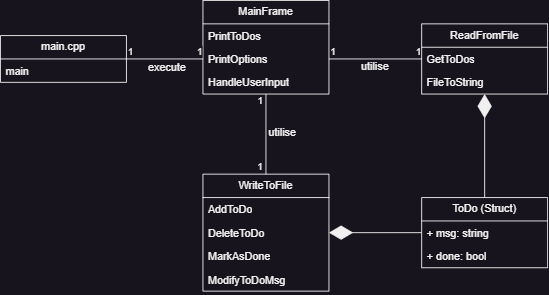
Earlier version of the draw.io export uml_diagrams/images/class_diagram.png (EvatsugDnalloR/ToDoListConsoleApplication). Source tidied: cells renumbered, new cells last; positions are measured from the earlier drawing's top-left corner, leaving out a move shared by most shapes.
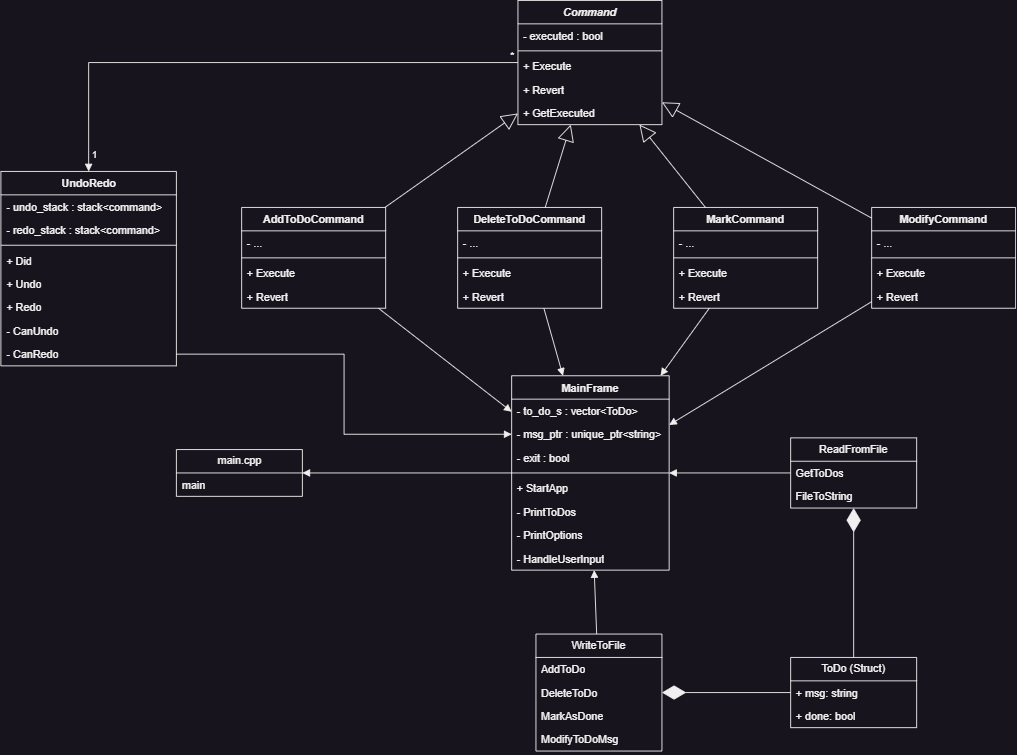
The same diagram one commit later.

Commit message:
updated uml diagram images shown in README.md

What changed in the source:
```diff
@@ -5,3 +5,3 @@
     <mxCell id="2" value="main.cpp" style="swimlane;fontStyle=0;horizontal=1;startSize=26;fillColor=none;whiteSpace=wrap;html=1;" parent="1" vertex="1">
-      <mxGeometry y="39" width="140" height="52" as="geometry" />
+      <mxGeometry x="132.5" y="245" width="140" height="52" as="geometry" />
     </mxCell>
@@ -11,3 +11,3 @@
     <mxCell id="4" value="ToDo (Struct)" style="swimlane;fontStyle=0;horizontal=1;startSize=26;fillColor=none;whiteSpace=wrap;html=1;" parent="1" vertex="1">
-      <mxGeometry x="468" y="219" width="140" height="78" as="geometry" />
+      <mxGeometry x="815" y="476" width="140" height="78" as="geometry" />
     </mxCell>
@@ -19,40 +19,4 @@
     </mxCell>
-    <mxCell id="7" value="MainFrame" style="swimlane;fontStyle=0;horizontal=1;startSize=26;fillColor=none;whiteSpace=wrap;html=1;" parent="1" vertex="1">
-      <mxGeometry x="225" width="140" height="104" as="geometry" />
-    </mxCell>
-    <mxCell id="8" value="PrintToDos" style="text;strokeColor=none;fillColor=none;align=left;verticalAlign=top;spacingLeft=4;spacingRight=4;overflow=hidden;whiteSpace=wrap;html=1;" parent="7" vertex="1">
-      <mxGeometry y="26" width="140" height="26" as="geometry" />
-    </mxCell>
-    <mxCell id="9" value="PrintOptions" style="text;strokeColor=none;fillColor=none;align=left;verticalAlign=top;spacingLeft=4;spacingRight=4;overflow=hidden;points=[[0,0.5],[1,0.5]];portConstraint=eastwest;whiteSpace=wrap;html=1;" parent="7" vertex="1">
-      <mxGeometry y="52" width="140" height="26" as="geometry" />
-    </mxCell>
-    <mxCell id="10" value="HandleUserInput" style="text;strokeColor=none;fillColor=none;align=left;verticalAlign=top;spacingLeft=4;spacingRight=4;overflow=hidden;whiteSpace=wrap;html=1;" parent="7" vertex="1">
-      <mxGeometry y="78" width="140" height="26" as="geometry" />
-    </mxCell>
-    <mxCell id="11" style="endArrow=none;html=1;edgeStyle=orthogonalEdgeStyle;rounded=0;entryX=0;entryY=0.5;entryDx=0;entryDy=0;exitX=1;exitY=0.5;exitDx=0;exitDy=0;" parent="1" edge="1" source="2" target="9">
-      <mxGeometry relative="1" as="geometry" />
-    </mxCell>
-    <mxCell id="12" value="1" style="edgeLabel;html=1;align=left;verticalAlign=bottom;" parent="11" vertex="1">
-      <mxGeometry x="-1" relative="1" as="geometry" />
-    </mxCell>
-    <mxCell id="13" value="1" style="edgeLabel;html=1;align=right;verticalAlign=bottom;" parent="11" vertex="1">
-      <mxGeometry x="1" relative="1" as="geometry" />
-    </mxCell>
-    <mxCell id="14" style="endArrow=none;html=1;edgeStyle=orthogonalEdgeStyle;rounded=0;entryX=0;entryY=0.5;entryDx=0;entryDy=0;exitX=1;exitY=0.5;exitDx=0;exitDy=0;" parent="1" edge="1" source="9" target="24">
-      <mxGeometry relative="1" as="geometry" />
-    </mxCell>
-    <mxCell id="15" value="1" style="edgeLabel;html=1;align=left;verticalAlign=bottom;" parent="14" vertex="1">
-      <mxGeometry x="-1" relative="1" as="geometry" />
-    </mxCell>
-    <mxCell id="16" value="1" style="edgeLabel;html=1;align=right;verticalAlign=bottom;" parent="14" vertex="1">
-      <mxGeometry x="1" relative="1" as="geometry" />
-    </mxCell>
-    <mxCell id="17" value="execute" style="text;html=1;align=center;verticalAlign=middle;strokeColor=none;fillColor=none;" parent="1" vertex="1">
-      <mxGeometry x="150" y="60" width="70" height="30" as="geometry" />
-    </mxCell>
-    <mxCell id="18" value="utilise" style="text;html=1;align=center;verticalAlign=middle;strokeColor=none;fillColor=none;" parent="1" vertex="1">
-      <mxGeometry x="391" y="59" width="50" height="30" as="geometry" />
-    </mxCell>
     <mxCell id="19" value="WriteToFile" style="swimlane;fontStyle=0;horizontal=1;startSize=26;fillColor=none;whiteSpace=wrap;html=1;" parent="1" vertex="1">
-      <mxGeometry x="225" y="193" width="140" height="130" as="geometry" />
+      <mxGeometry x="532" y="450" width="140" height="130" as="geometry" />
     </mxCell>
@@ -71,3 +35,3 @@
     <mxCell id="24" value="ReadFromFile" style="swimlane;fontStyle=0;horizontal=1;startSize=26;fillColor=none;whiteSpace=wrap;html=1;" parent="1" vertex="1">
-      <mxGeometry x="468" y="26" width="140" height="78" as="geometry" />
+      <mxGeometry x="815" y="232" width="140" height="78" as="geometry" />
     </mxCell>
@@ -79,18 +43,2 @@
     </mxCell>
-    <mxCell id="27" style="endArrow=none;html=1;edgeStyle=orthogonalEdgeStyle;rounded=0;entryX=0.5;entryY=0;entryDx=0;entryDy=0;" parent="1" edge="1" source="7" target="19">
-      <mxGeometry relative="1" as="geometry" />
-    </mxCell>
-    <mxCell id="28" value="1" style="edgeLabel;html=1;align=left;verticalAlign=bottom;" parent="27" vertex="1">
-      <mxGeometry x="-1" relative="1" as="geometry">
-        <mxPoint x="-11" y="16" as="offset" />
-      </mxGeometry>
-    </mxCell>
-    <mxCell id="29" value="1" style="edgeLabel;html=1;align=right;verticalAlign=bottom;" parent="27" vertex="1">
-      <mxGeometry x="1" relative="1" as="geometry">
-        <mxPoint x="-3" as="offset" />
-      </mxGeometry>
-    </mxCell>
-    <mxCell id="30" value="utilise" style="text;html=1;align=center;verticalAlign=middle;strokeColor=none;fillColor=none;" parent="1" vertex="1">
-      <mxGeometry x="288" y="132" width="50" height="30" as="geometry" />
-    </mxCell>
     <mxCell id="31" style="endArrow=diamondThin;endFill=1;endSize=24;html=1;rounded=0;exitX=0.5;exitY=0;exitDx=0;exitDy=0;" parent="1" edge="1" source="4" target="24">
@@ -101,2 +49,181 @@
     </mxCell>
+    <mxCell id="33" value="UndoRedo" style="swimlane;fontStyle=1;align=center;verticalAlign=top;horizontal=1;startSize=26;whiteSpace=wrap;html=1;" parent="1" vertex="1">
+      <mxGeometry x="-62.5" y="-64" width="195" height="216" as="geometry" />
+    </mxCell>
+    <mxCell id="34" value="- undo_stack : stack&amp;lt;command&amp;gt;" style="text;strokeColor=none;fillColor=none;align=left;verticalAlign=top;spacingLeft=4;spacingRight=4;overflow=hidden;whiteSpace=wrap;html=1;" parent="33" vertex="1">
+      <mxGeometry y="26" width="195" height="26" as="geometry" />
+    </mxCell>
+    <mxCell id="35" value="- redo_stack : stack&amp;lt;command&amp;gt;" style="text;strokeColor=none;fillColor=none;align=left;verticalAlign=top;spacingLeft=4;spacingRight=4;overflow=hidden;whiteSpace=wrap;html=1;" parent="33" vertex="1">
+      <mxGeometry y="52" width="195" height="26" as="geometry" />
+    </mxCell>
+    <mxCell id="36" style="line;strokeWidth=1;fillColor=none;align=left;verticalAlign=middle;spacingTop=-1;spacingLeft=3;spacingRight=3;labelPosition=right;strokeColor=inherit;" parent="33" vertex="1">
+      <mxGeometry y="78" width="195" height="8" as="geometry" />
+    </mxCell>
+    <mxCell id="37" value="+ Did" style="text;strokeColor=none;fillColor=none;align=left;verticalAlign=top;spacingLeft=4;spacingRight=4;overflow=hidden;whiteSpace=wrap;html=1;" parent="33" vertex="1">
+      <mxGeometry y="86" width="195" height="26" as="geometry" />
+    </mxCell>
+    <mxCell id="38" value="+ Undo&lt;span style=&quot;color: rgba(0, 0, 0, 0); font-family: monospace; font-size: 0px; text-wrap: nowrap;&quot;&gt;%3CmxGraphModel%3E%3Croot%3E%3CmxCell%20id%3D%220%22%2F%3E%3CmxCell%20id%3D%221%22%20parent%3D%220%22%2F%3E%3CmxCell%20id%3D%222%22%20value%3D%22%2B%20Did%22%20style%3D%22text%3BstrokeColor%3Dnone%3BfillColor%3Dnone%3Balign%3Dleft%3BverticalAlign%3Dtop%3BspacingLeft%3D4%3BspacingRight%3D4%3Boverflow%3Dhidden%3Brotatable%3D0%3Bpoints%3D%5B%5B0%2C0.5%5D%2C%5B1%2C0.5%5D%5D%3BportConstraint%3Deastwest%3BwhiteSpace%3Dwrap%3Bhtml%3D1%3B%22%20vertex%3D%221%22%20parent%3D%221%22%3E%3CmxGeometry%20x%3D%22455%22%20y%3D%22226%22%20width%3D%22195%22%20height%3D%2226%22%20as%3D%22geometry%22%2F%3E%3C%2FmxCell%3E%3C%2Froot%3E%3C%2FmxGraphModel%3E&lt;/span&gt;" style="text;strokeColor=none;fillColor=none;align=left;verticalAlign=top;spacingLeft=4;spacingRight=4;overflow=hidden;whiteSpace=wrap;html=1;" parent="33" vertex="1">
+      <mxGeometry y="112" width="195" height="26" as="geometry" />
+    </mxCell>
+    <mxCell id="39" value="+ Redo" style="text;strokeColor=none;fillColor=none;align=left;verticalAlign=top;spacingLeft=4;spacingRight=4;overflow=hidden;whiteSpace=wrap;html=1;" parent="33" vertex="1">
+      <mxGeometry y="138" width="195" height="26" as="geometry" />
+    </mxCell>
+    <mxCell id="40" value="- CanUndo&lt;span style=&quot;color: rgba(0, 0, 0, 0); font-family: monospace; font-size: 0px; text-wrap: nowrap;&quot;&gt;%3CmxGraphModel%3E%3Croot%3E%3CmxCell%20id%3D%220%22%2F%3E%3CmxCell%20id%3D%221%22%20parent%3D%220%22%2F%3E%3CmxCell%20id%3D%222%22%20value%3D%22%2B%20Redo%22%20style%3D%22text%3BstrokeColor%3Dnone%3BfillColor%3Dnone%3Balign%3Dleft%3BverticalAlign%3Dtop%3BspacingLeft%3D4%3BspacingRight%3D4%3Boverflow%3Dhidden%3Brotatable%3D0%3Bpoints%3D%5B%5B0%2C0.5%5D%2C%5B1%2C0.5%5D%5D%3BportConstraint%3Deastwest%3BwhiteSpace%3Dwrap%3Bhtml%3D1%3B%22%20vertex%3D%221%22%20parent%3D%221%22%3E%3CmxGeometry%20x%3D%22470%22%20y%3D%22228%22%20width%3D%22195%22%20height%3D%2226%22%20as%3D%22geometry%22%2F%3E%3C%2FmxCell%3E%3C%2Froot%3E%3C%2FmxGraphModel%3E&lt;/span&gt;" style="text;strokeColor=none;fillColor=none;align=left;verticalAlign=top;spacingLeft=4;spacingRight=4;overflow=hidden;whiteSpace=wrap;html=1;" parent="33" vertex="1">
+      <mxGeometry y="164" width="195" height="26" as="geometry" />
+    </mxCell>
+    <mxCell id="41" value="- CanRedo" style="text;strokeColor=none;fillColor=none;align=left;verticalAlign=top;spacingLeft=4;spacingRight=4;overflow=hidden;points=[[0,0.5],[1,0.5]];portConstraint=eastwest;whiteSpace=wrap;html=1;" parent="33" vertex="1">
+      <mxGeometry y="190" width="195" height="26" as="geometry" />
+    </mxCell>
+    <mxCell id="7" value="MainFrame" style="swimlane;fontStyle=1;align=center;verticalAlign=top;horizontal=1;startSize=26;whiteSpace=wrap;html=1;" parent="1" vertex="1">
+      <mxGeometry x="505" y="163" width="175" height="216" as="geometry" />
+    </mxCell>
+    <mxCell id="42" value="- to_do_s : vector&amp;lt;ToDo&amp;gt;" style="text;strokeColor=none;fillColor=none;align=left;verticalAlign=top;spacingLeft=4;spacingRight=4;overflow=hidden;whiteSpace=wrap;html=1;" parent="7" vertex="1">
+      <mxGeometry y="26" width="175" height="26" as="geometry" />
+    </mxCell>
+    <mxCell id="43" value="- msg_ptr : unique_ptr&amp;lt;string&amp;gt;" style="text;strokeColor=none;fillColor=none;align=left;verticalAlign=top;spacingLeft=4;spacingRight=4;overflow=hidden;points=[[0,0.5],[1,0.5]];portConstraint=eastwest;whiteSpace=wrap;html=1;" parent="7" vertex="1">
+      <mxGeometry y="52" width="175" height="26" as="geometry" />
+    </mxCell>
+    <mxCell id="44" value="- exit : bool&lt;span style=&quot;color: rgba(0, 0, 0, 0); font-family: monospace; font-size: 0px; text-wrap: nowrap;&quot;&gt;%3CmxGraphModel%3E%3Croot%3E%3CmxCell%20id%3D%220%22%2F%3E%3CmxCell%20id%3D%221%22%20parent%3D%220%22%2F%3E%3CmxCell%20id%3D%222%22%20value%3D%22-%20to_do_s%20%3A%20vector%26amp%3Blt%3BToDo%26amp%3Bgt%3B%22%20style%3D%22text%3BstrokeColor%3Dnone%3BfillColor%3Dnone%3Balign%3Dleft%3BverticalAlign%3Dtop%3BspacingLeft%3D4%3BspacingRight%3D4%3Boverflow%3Dhidden%3Brotatable%3D0%3Bpoints%3D%5B%5B0%2C0.5%5D%2C%5B1%2C0.5%5D%5D%3BportConstraint%3Deastwest%3BwhiteSpace%3Dwrap%3Bhtml%3D1%3B%22%20vertex%3D%221%22%20parent%3D%221%22%3E%3CmxGeometry%20x%3D%22235%22%20y%3D%22486%22%20width%3D%22160%22%20height%3D%2226%22%20as%3D%22geometry%22%2F%3E%3C%2FmxCell%3E%3C%2Froot%3E%3C%2FmxGraphModel%3E&lt;/span&gt;" style="text;strokeColor=none;fillColor=none;align=left;verticalAlign=top;spacingLeft=4;spacingRight=4;overflow=hidden;whiteSpace=wrap;html=1;" parent="7" vertex="1">
+      <mxGeometry y="78" width="175" height="26" as="geometry" />
+    </mxCell>
+    <mxCell id="45" style="line;strokeWidth=1;fillColor=none;align=left;verticalAlign=middle;spacingTop=-1;spacingLeft=3;spacingRight=3;labelPosition=right;strokeColor=inherit;" parent="7" vertex="1">
+      <mxGeometry y="104" width="175" height="8" as="geometry" />
+    </mxCell>
+    <mxCell id="46" value="+ StartApp" style="text;strokeColor=none;fillColor=none;align=left;verticalAlign=top;spacingLeft=4;spacingRight=4;overflow=hidden;whiteSpace=wrap;html=1;" parent="7" vertex="1">
+      <mxGeometry y="112" width="175" height="26" as="geometry" />
+    </mxCell>
+    <mxCell id="47" value="- PrintToDos" style="text;strokeColor=none;fillColor=none;align=left;verticalAlign=top;spacingLeft=4;spacingRight=4;overflow=hidden;whiteSpace=wrap;html=1;" parent="7" vertex="1">
+      <mxGeometry y="138" width="175" height="26" as="geometry" />
+    </mxCell>
+    <mxCell id="48" value="- PrintOptions" style="text;strokeColor=none;fillColor=none;align=left;verticalAlign=top;spacingLeft=4;spacingRight=4;overflow=hidden;whiteSpace=wrap;html=1;" parent="7" vertex="1">
+      <mxGeometry y="164" width="175" height="26" as="geometry" />
+    </mxCell>
+    <mxCell id="49" value="- HandleUserInput" style="text;strokeColor=none;fillColor=none;align=left;verticalAlign=top;spacingLeft=4;spacingRight=4;overflow=hidden;whiteSpace=wrap;html=1;" parent="7" vertex="1">
+      <mxGeometry y="190" width="175" height="26" as="geometry" />
+    </mxCell>
+    <mxCell id="50" value="&lt;i&gt;Command&lt;/i&gt;" style="swimlane;fontStyle=1;align=center;verticalAlign=top;horizontal=1;startSize=26;whiteSpace=wrap;html=1;" parent="1" vertex="1">
+      <mxGeometry x="512" y="-254" width="160" height="138" as="geometry" />
+    </mxCell>
+    <mxCell id="51" value="- executed : bool" style="text;strokeColor=none;fillColor=none;align=left;verticalAlign=top;spacingLeft=4;spacingRight=4;overflow=hidden;whiteSpace=wrap;html=1;" parent="50" vertex="1">
+      <mxGeometry y="26" width="160" height="26" as="geometry" />
+    </mxCell>
+    <mxCell id="52" style="line;strokeWidth=1;fillColor=none;align=left;verticalAlign=middle;spacingTop=-1;spacingLeft=3;spacingRight=3;labelPosition=right;strokeColor=inherit;" parent="50" vertex="1">
+      <mxGeometry y="52" width="160" height="8" as="geometry" />
+    </mxCell>
+    <mxCell id="53" value="+ Execute" style="text;strokeColor=none;fillColor=none;align=left;verticalAlign=top;spacingLeft=4;spacingRight=4;overflow=hidden;whiteSpace=wrap;html=1;" parent="50" vertex="1">
+      <mxGeometry y="60" width="160" height="26" as="geometry" />
+    </mxCell>
+    <mxCell id="54" value="+ Revert" style="text;strokeColor=none;fillColor=none;align=left;verticalAlign=top;spacingLeft=4;spacingRight=4;overflow=hidden;whiteSpace=wrap;html=1;" parent="50" vertex="1">
+      <mxGeometry y="86" width="160" height="26" as="geometry" />
+    </mxCell>
+    <mxCell id="55" value="+ GetExecuted" style="text;strokeColor=none;fillColor=none;align=left;verticalAlign=top;spacingLeft=4;spacingRight=4;overflow=hidden;whiteSpace=wrap;html=1;" parent="50" vertex="1">
+      <mxGeometry y="112" width="160" height="26" as="geometry" />
+    </mxCell>
+    <mxCell id="56" value="AddToDoCommand" style="swimlane;fontStyle=1;align=center;verticalAlign=top;horizontal=1;startSize=26;whiteSpace=wrap;html=1;" parent="1" vertex="1">
+      <mxGeometry x="205" y="-24" width="160" height="112" as="geometry" />
+    </mxCell>
+    <mxCell id="57" value="- ..." style="text;strokeColor=none;fillColor=none;align=left;verticalAlign=top;spacingLeft=4;spacingRight=4;overflow=hidden;whiteSpace=wrap;html=1;" parent="56" vertex="1">
+      <mxGeometry y="26" width="160" height="26" as="geometry" />
+    </mxCell>
+    <mxCell id="58" style="line;strokeWidth=1;fillColor=none;align=left;verticalAlign=middle;spacingTop=-1;spacingLeft=3;spacingRight=3;labelPosition=right;strokeColor=inherit;" parent="56" vertex="1">
+      <mxGeometry y="52" width="160" height="8" as="geometry" />
+    </mxCell>
+    <mxCell id="59" value="+ Execute" style="text;strokeColor=none;fillColor=none;align=left;verticalAlign=top;spacingLeft=4;spacingRight=4;overflow=hidden;whiteSpace=wrap;html=1;" parent="56" vertex="1">
+      <mxGeometry y="60" width="160" height="26" as="geometry" />
+    </mxCell>
+    <mxCell id="60" value="+ Revert" style="text;strokeColor=none;fillColor=none;align=left;verticalAlign=top;spacingLeft=4;spacingRight=4;overflow=hidden;whiteSpace=wrap;html=1;" parent="56" vertex="1">
+      <mxGeometry y="86" width="160" height="26" as="geometry" />
+    </mxCell>
+    <mxCell id="61" value="DeleteToDoCommand" style="swimlane;fontStyle=1;align=center;verticalAlign=top;horizontal=1;startSize=26;whiteSpace=wrap;html=1;" parent="1" vertex="1">
+      <mxGeometry x="445" y="-24" width="160" height="112" as="geometry" />
+    </mxCell>
+    <mxCell id="62" value="- ..." style="text;strokeColor=none;fillColor=none;align=left;verticalAlign=top;spacingLeft=4;spacingRight=4;overflow=hidden;whiteSpace=wrap;html=1;" parent="61" vertex="1">
+      <mxGeometry y="26" width="160" height="26" as="geometry" />
+    </mxCell>
+    <mxCell id="63" style="line;strokeWidth=1;fillColor=none;align=left;verticalAlign=middle;spacingTop=-1;spacingLeft=3;spacingRight=3;labelPosition=right;strokeColor=inherit;" parent="61" vertex="1">
+      <mxGeometry y="52" width="160" height="8" as="geometry" />
+    </mxCell>
+    <mxCell id="64" value="+ Execute" style="text;strokeColor=none;fillColor=none;align=left;verticalAlign=top;spacingLeft=4;spacingRight=4;overflow=hidden;whiteSpace=wrap;html=1;" parent="61" vertex="1">
+      <mxGeometry y="60" width="160" height="26" as="geometry" />
+    </mxCell>
+    <mxCell id="65" value="+ Revert" style="text;strokeColor=none;fillColor=none;align=left;verticalAlign=top;spacingLeft=4;spacingRight=4;overflow=hidden;whiteSpace=wrap;html=1;" parent="61" vertex="1">
+      <mxGeometry y="86" width="160" height="26" as="geometry" />
+    </mxCell>
+    <mxCell id="66" value="MarkCommand" style="swimlane;fontStyle=1;align=center;verticalAlign=top;horizontal=1;startSize=26;whiteSpace=wrap;html=1;" parent="1" vertex="1">
+      <mxGeometry x="685" y="-24" width="160" height="112" as="geometry" />
+    </mxCell>
+    <mxCell id="67" value="- ..." style="text;strokeColor=none;fillColor=none;align=left;verticalAlign=top;spacingLeft=4;spacingRight=4;overflow=hidden;whiteSpace=wrap;html=1;" parent="66" vertex="1">
+      <mxGeometry y="26" width="160" height="26" as="geometry" />
+    </mxCell>
+    <mxCell id="68" style="line;strokeWidth=1;fillColor=none;align=left;verticalAlign=middle;spacingTop=-1;spacingLeft=3;spacingRight=3;labelPosition=right;strokeColor=inherit;" parent="66" vertex="1">
+      <mxGeometry y="52" width="160" height="8" as="geometry" />
+    </mxCell>
+    <mxCell id="69" value="+ Execute" style="text;strokeColor=none;fillColor=none;align=left;verticalAlign=top;spacingLeft=4;spacingRight=4;overflow=hidden;whiteSpace=wrap;html=1;" parent="66" vertex="1">
+      <mxGeometry y="60" width="160" height="26" as="geometry" />
+    </mxCell>
+    <mxCell id="70" value="+ Revert" style="text;strokeColor=none;fillColor=none;align=left;verticalAlign=top;spacingLeft=4;spacingRight=4;overflow=hidden;whiteSpace=wrap;html=1;" parent="66" vertex="1">
+      <mxGeometry y="86" width="160" height="26" as="geometry" />
+    </mxCell>
+    <mxCell id="71" value="ModifyCommand" style="swimlane;fontStyle=1;align=center;verticalAlign=top;horizontal=1;startSize=26;whiteSpace=wrap;html=1;" parent="1" vertex="1">
+      <mxGeometry x="905" y="-24" width="160" height="112" as="geometry" />
+    </mxCell>
+    <mxCell id="72" value="- ..." style="text;strokeColor=none;fillColor=none;align=left;verticalAlign=top;spacingLeft=4;spacingRight=4;overflow=hidden;whiteSpace=wrap;html=1;" parent="71" vertex="1">
+      <mxGeometry y="26" width="160" height="26" as="geometry" />
+    </mxCell>
+    <mxCell id="73" style="line;strokeWidth=1;fillColor=none;align=left;verticalAlign=middle;spacingTop=-1;spacingLeft=3;spacingRight=3;labelPosition=right;strokeColor=inherit;" parent="71" vertex="1">
+      <mxGeometry y="52" width="160" height="8" as="geometry" />
+    </mxCell>
+    <mxCell id="74" value="+ Execute" style="text;strokeColor=none;fillColor=none;align=left;verticalAlign=top;spacingLeft=4;spacingRight=4;overflow=hidden;whiteSpace=wrap;html=1;" parent="71" vertex="1">
+      <mxGeometry y="60" width="160" height="26" as="geometry" />
+    </mxCell>
+    <mxCell id="75" value="+ Revert" style="text;strokeColor=none;fillColor=none;align=left;verticalAlign=top;spacingLeft=4;spacingRight=4;overflow=hidden;whiteSpace=wrap;html=1;" parent="71" vertex="1">
+      <mxGeometry y="86" width="160" height="26" as="geometry" />
+    </mxCell>
+    <mxCell id="76" style="endArrow=block;endSize=16;endFill=0;html=1;rounded=0;" parent="1" edge="1" source="56" target="50">
+      <mxGeometry relative="1" as="geometry" />
+    </mxCell>
+    <mxCell id="77" style="endArrow=block;endSize=16;endFill=0;html=1;rounded=0;" parent="1" edge="1" source="61" target="50">
+      <mxGeometry relative="1" as="geometry" />
+    </mxCell>
+    <mxCell id="78" style="endArrow=block;endSize=16;endFill=0;html=1;rounded=0;" parent="1" edge="1" source="66" target="50">
+      <mxGeometry relative="1" as="geometry" />
+    </mxCell>
+    <mxCell id="79" style="endArrow=block;endSize=16;endFill=0;html=1;rounded=0;" parent="1" edge="1" source="71" target="50">
+      <mxGeometry relative="1" as="geometry" />
+    </mxCell>
+    <mxCell id="80" style="endArrow=block;endFill=1;html=1;edgeStyle=orthogonalEdgeStyle;align=left;verticalAlign=top;rounded=0;" parent="1" edge="1" source="50" target="33">
+      <mxGeometry x="-1" relative="1" as="geometry" />
+    </mxCell>
+    <mxCell id="81" value="*" style="edgeLabel;html=1;align=left;verticalAlign=bottom;" parent="80" vertex="1">
+      <mxGeometry x="-1" relative="1" as="geometry">
+        <mxPoint x="-10" as="offset" />
+      </mxGeometry>
+    </mxCell>
+    <mxCell id="82" value="1" style="edgeLabel;html=1;align=left;verticalAlign=bottom;" parent="1" vertex="1">
+      <mxGeometry x="37" y="-74" as="geometry" />
+    </mxCell>
+    <mxCell id="83" style="endArrow=block;endFill=1;html=1;align=left;verticalAlign=top;rounded=0;" parent="1" edge="1" source="56" target="7">
+      <mxGeometry x="-1" relative="1" as="geometry" />
+    </mxCell>
+    <mxCell id="84" style="endArrow=block;endFill=1;html=1;align=left;verticalAlign=top;rounded=0;" parent="1" edge="1" source="61" target="7">
+      <mxGeometry x="-1" relative="1" as="geometry" />
+    </mxCell>
+    <mxCell id="85" style="endArrow=block;endFill=1;html=1;align=left;verticalAlign=top;rounded=0;" parent="1" edge="1" source="66" target="7">
+      <mxGeometry x="-1" relative="1" as="geometry" />
+    </mxCell>
+    <mxCell id="86" style="endArrow=block;endFill=1;html=1;align=left;verticalAlign=top;rounded=0;" parent="1" edge="1" source="71" target="7">
+      <mxGeometry x="-1" relative="1" as="geometry" />
+    </mxCell>
+    <mxCell id="87" style="endArrow=block;endFill=1;html=1;align=left;verticalAlign=top;rounded=0;" parent="1" edge="1" source="24" target="7">
+      <mxGeometry x="-1" relative="1" as="geometry" />
+    </mxCell>
+    <mxCell id="88" style="endArrow=block;endFill=1;html=1;align=left;verticalAlign=top;rounded=0;" parent="1" edge="1" source="19" target="7">
+      <mxGeometry x="-1" relative="1" as="geometry" />
+    </mxCell>
+    <mxCell id="89" style="endArrow=block;endFill=1;html=1;edgeStyle=orthogonalEdgeStyle;align=left;verticalAlign=top;rounded=0;entryX=0;entryY=0.5;entryDx=0;entryDy=0;exitX=1;exitY=0.5;exitDx=0;exitDy=0;" parent="1" edge="1" source="41" target="43">
+      <mxGeometry x="-1" relative="1" as="geometry" />
+    </mxCell>
+    <mxCell id="90" style="endArrow=block;endFill=1;html=1;align=left;verticalAlign=top;rounded=0;" parent="1" edge="1" source="7" target="2">
+      <mxGeometry x="-1" relative="1" as="geometry" />
+    </mxCell>
   </root>
```
